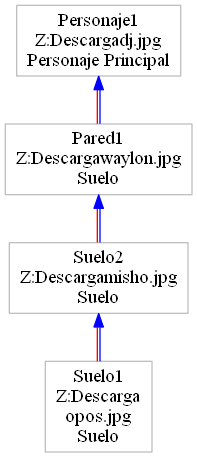
Above: objetos.png in ErickTejaxun/Practica1s22015_201213050 (Graphviz), before the change. Its source is kept beside it as objetos.dot. Source of this version:
```dot
digraph ColaAtencion {node [dir=both,shape=polygon, fontcolor="Black", height=0.5, color="Grey"]edge [color="blue", color="blue:red"]rankdir=BT
"Suelo1
Z:\Descarga\nopos.jpg
Suelo"-> "Suelo2
Z:\Descarga\misho.jpg
Suelo"
"Suelo2
Z:\Descarga\misho.jpg
Suelo"-> "Pared1
Z:\Descarga\waylon.jpg
Suelo"
"Pared1
Z:\Descarga\waylon.jpg
Suelo"-> "Personaje1
Z:\Descarga\dj.jpg
Personaje Principal"
}
```
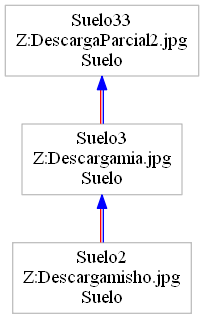
Later version of the same file.

What changed in the source:
```diff
@@ -1,17 +1,12 @@
 digraph ColaAtencion {node [dir=both,shape=polygon, fontcolor="Black", height=0.5, color="Grey"]edge [color="blue", color="blue:red"]rankdir=BT
-"Suelo1
-Z:\Descarga\nopos.jpg
-Suelo"-> "Suelo2
-Z:\Descarga\misho.jpg
-Suelo"
 "Suelo2
 Z:\Descarga\misho.jpg
-Suelo"-> "Pared1
-Z:\Descarga\waylon.jpg
+Suelo"-> "Suelo3
+Z:\Descarga\mia.jpg
 Suelo"
-"Pared1
-Z:\Descarga\waylon.jpg
-Suelo"-> "Personaje1
-Z:\Descarga\dj.jpg
-Personaje Principal"
+"Suelo3
+Z:\Descarga\mia.jpg
+Suelo"-> "Suelo33
+Z:\Descarga\Parcial2.jpg
+Suelo"
 }
```
